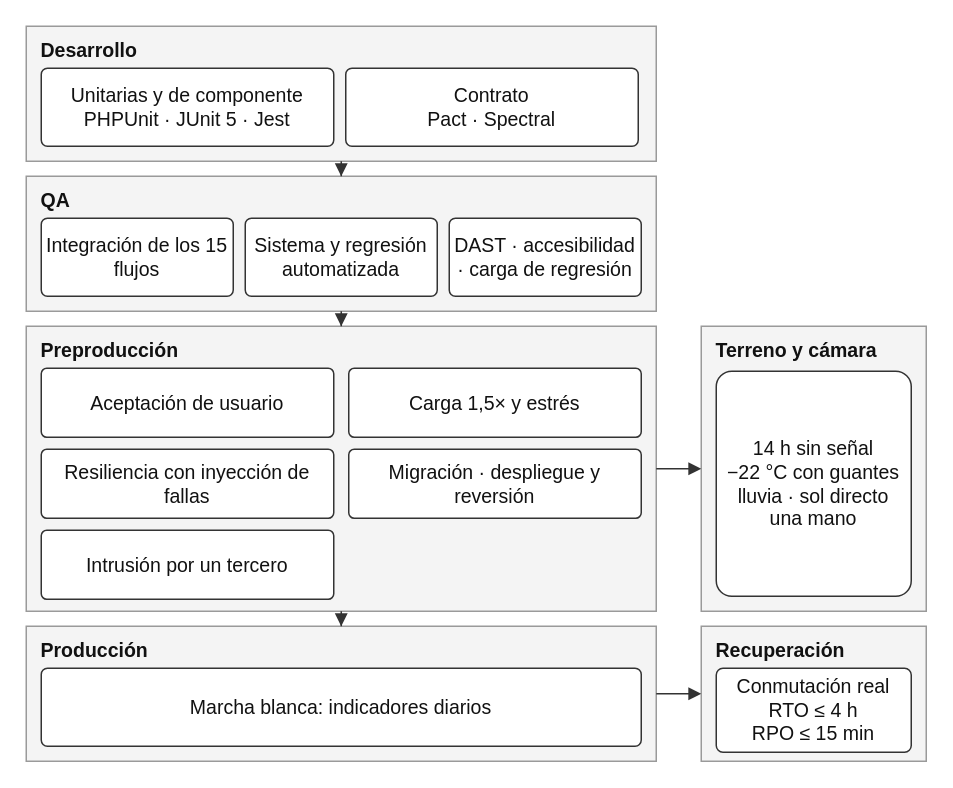
Before: SD9_v_nueva/09_plan_calidad/diagramas/Fig_9-4_Niveles_Ambientes.drawio in PatricioH315/LafroX, a draw.io diagram. Source tidied: cells renumbered, new cells numbered last; positions are measured from the earlier drawing's top-left corner, leaving out a move shared by most shapes. Both pictures are drawn from the tidied source at 150%, with x=0, y=0 at pixel (26, 26).
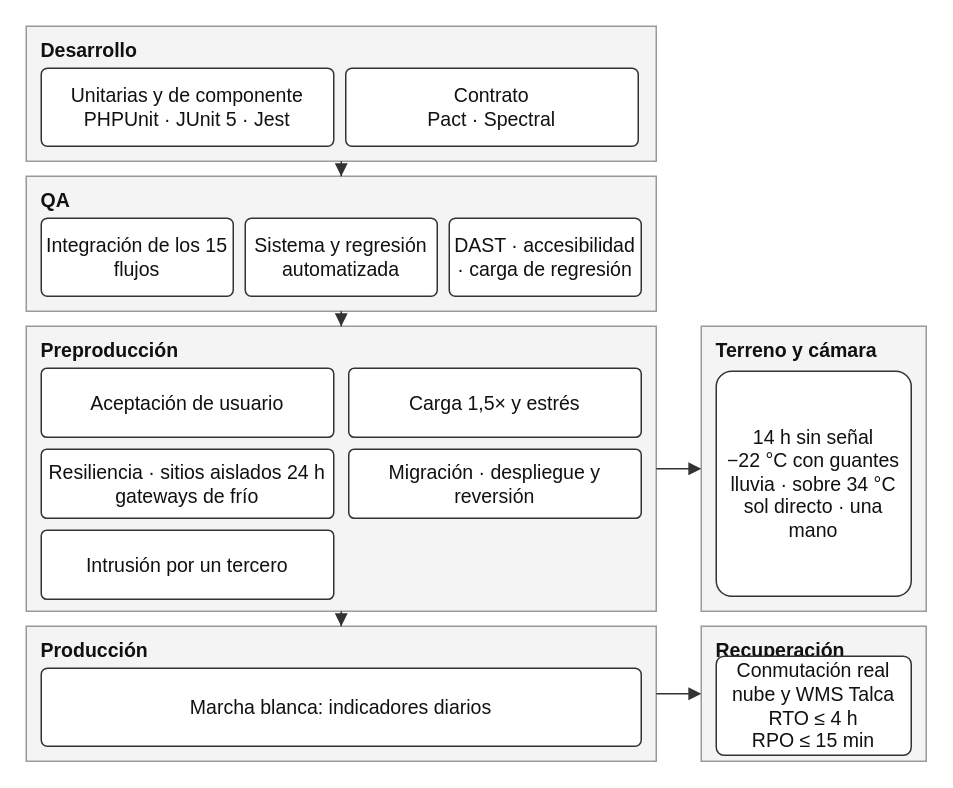
The same page after the edit.

Change to the diagram source:
```diff
@@
-    <mxCell id="12" value="Resiliencia con inyección de fallas" style="rounded=1;whiteSpace=wrap;html=1;fontSize=13;fontFamily=Helvetica;fillColor=#FFFFFF;strokeColor=#333333;fontColor=#111111;arcSize=8;" parent="1" vertex="1">
+    <mxCell id="12" value="Resiliencia · sitios aislados 24 h&lt;br&gt;gateways de frío" style="rounded=1;whiteSpace=wrap;html=1;fontSize=13;fontFamily=Helvetica;fillColor=#FFFFFF;strokeColor=#333333;fontColor=#111111;arcSize=8;" parent="1" vertex="1">
       <mxGeometry x="10" y="282" width="195" height="46" as="geometry" />
     </mxCell>
@@
-    <mxCell id="18" value="14 h sin señal&lt;br&gt;−22 °C con guantes&lt;br&gt;lluvia · sol directo&lt;br&gt;una mano" style="rounded=1;whiteSpace=wrap;html=1;fontSize=13;fontFamily=Helvetica;fillColor=#FFFFFF;strokeColor=#333333;fontColor=#111111;arcSize=8;" parent="1" vertex="1">
+    <mxCell id="18" value="14 h sin señal&lt;br&gt;−22 °C con guantes&lt;br&gt;lluvia · sobre 34 °C&lt;br&gt;sol directo · una mano" style="rounded=1;whiteSpace=wrap;html=1;fontSize=13;fontFamily=Helvetica;fillColor=#FFFFFF;strokeColor=#333333;fontColor=#111111;arcSize=8;" parent="1" vertex="1">
       <mxGeometry x="460" y="230" width="130" height="150" as="geometry" />
     </mxCell>
@@
-    <mxCell id="20" value="Conmutación real&lt;br&gt;RTO ≤ 4 h&lt;br&gt;RPO ≤ 15 min" style="rounded=1;whiteSpace=wrap;html=1;fontSize=13;fontFamily=Helvetica;fillColor=#FFFFFF;strokeColor=#333333;fontColor=#111111;arcSize=8;" parent="1" vertex="1">
-      <mxGeometry x="460" y="428" width="130" height="56" as="geometry" />
+    <mxCell id="20" value="Conmutación real&lt;br&gt;nube y WMS Talca&lt;br&gt;RTO ≤ 4 h&lt;br&gt;RPO ≤ 15 min" style="rounded=1;whiteSpace=wrap;html=1;fontSize=13;fontFamily=Helvetica;fillColor=#FFFFFF;strokeColor=#333333;fontColor=#111111;arcSize=8;" parent="1" vertex="1">
+      <mxGeometry x="460" y="420" width="130" height="66" as="geometry" />
     </mxCell>
```
